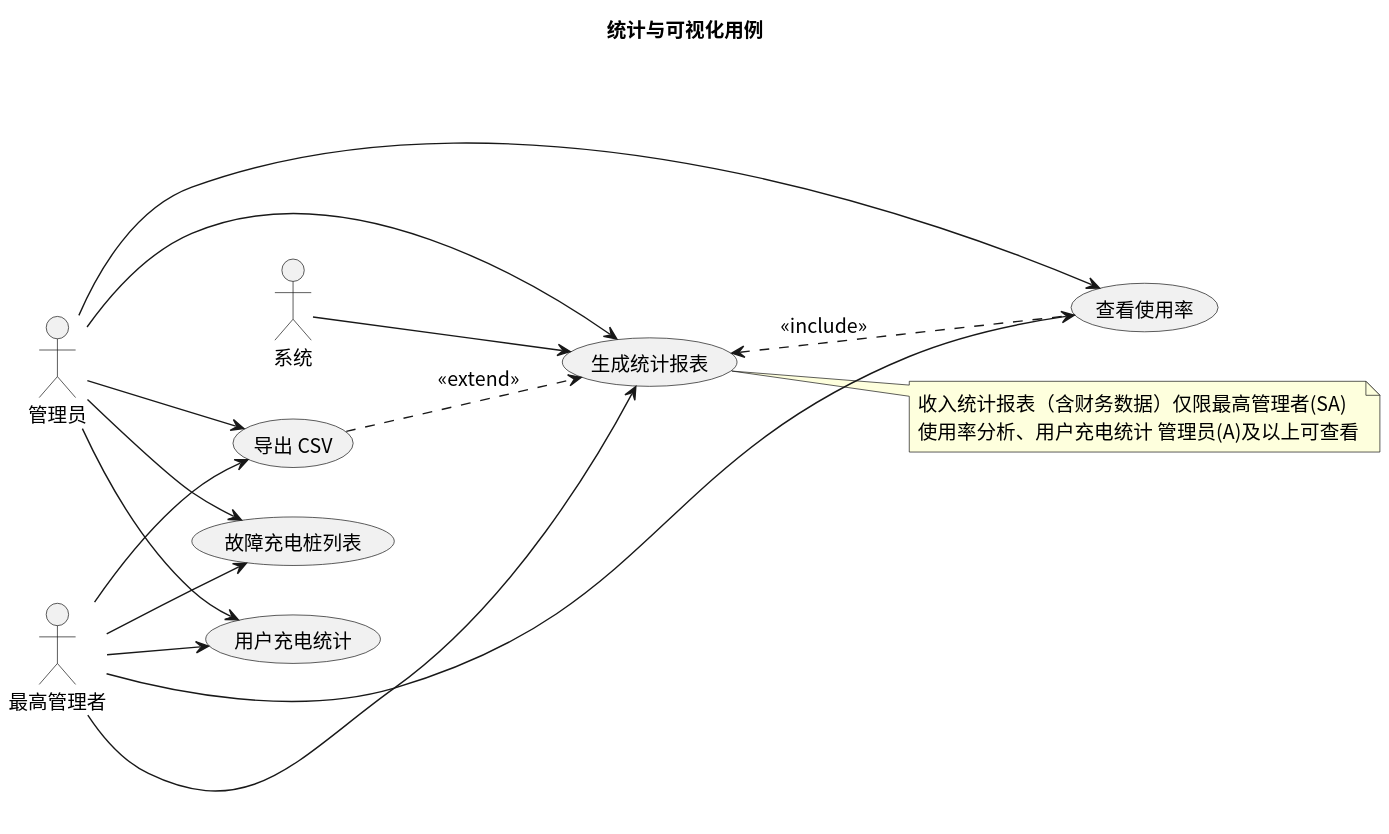
Above: usecase/docs/overview/img/analytics.svg in greenhandzdl/charging-station-doc (PlantUML), before the change.
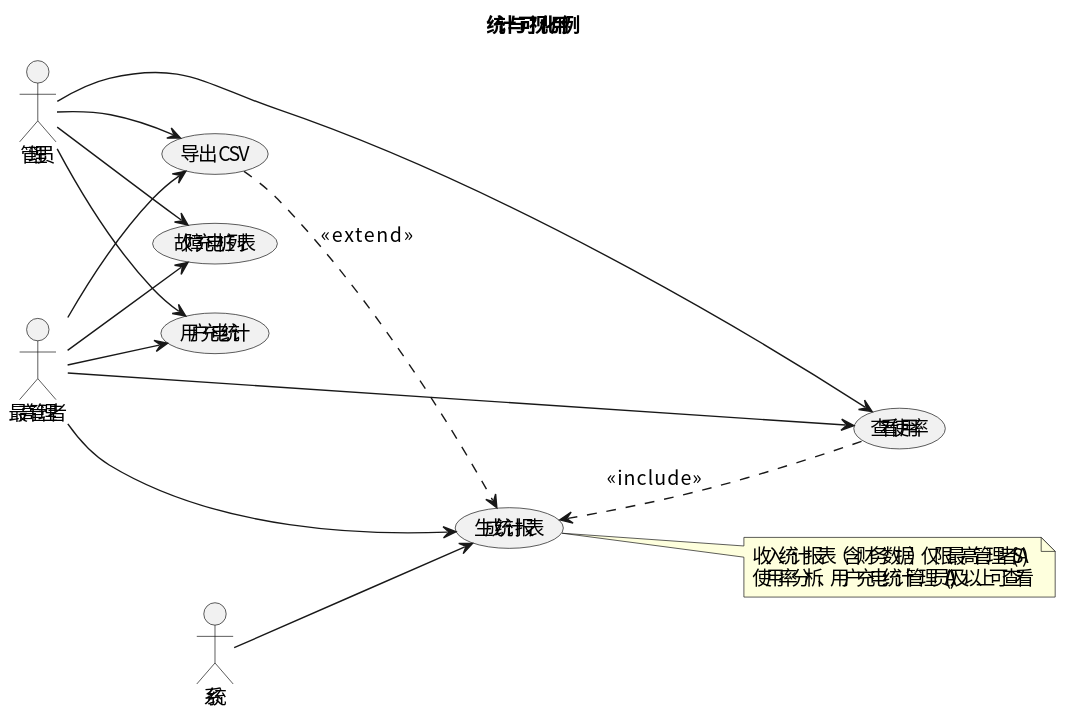
The same file after the commit.

Diff of the diagram source:
```diff
@@ -16,7 +16,6 @@
 usecase "故障充电桩列表" as FCL
 
 S  --> GR
-A  --> GR
 A  --> VU
 A  --> EXP
 SA --> GR
```
